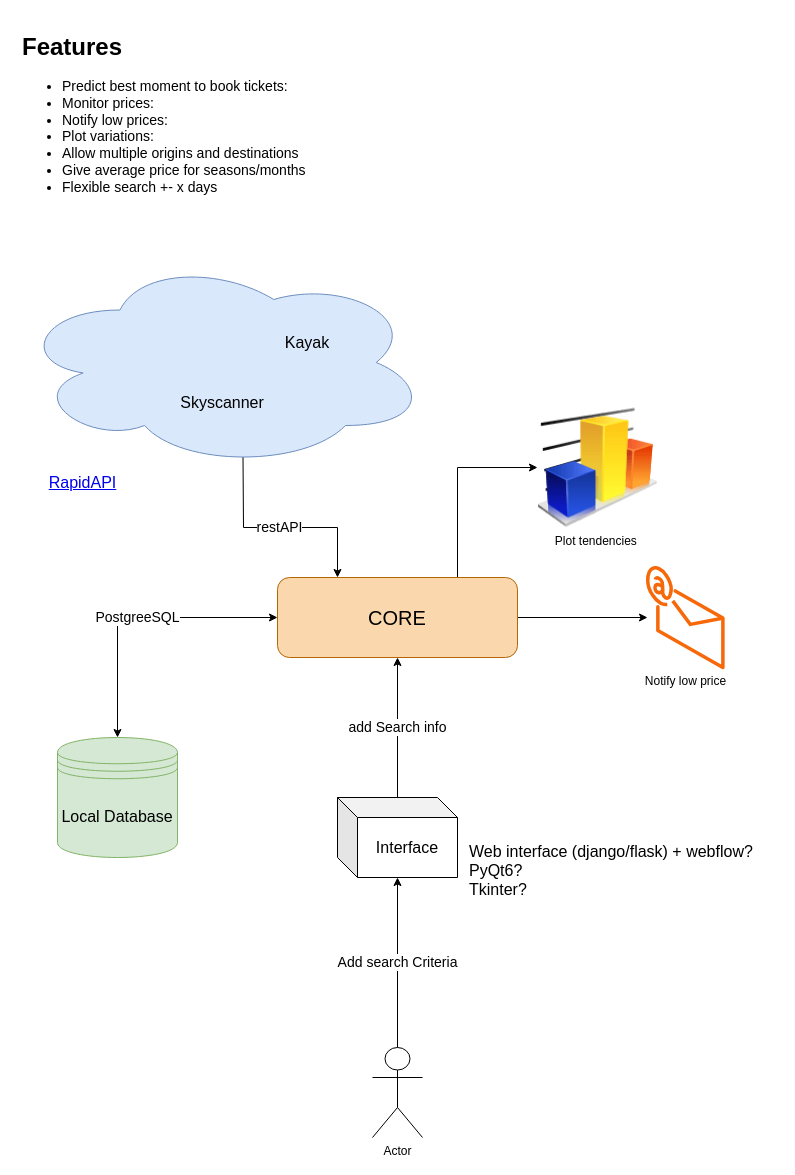
Above: Architecture/Core.drawio in mSimon12/flying_cheap (draw.io), before the change. Source tidied: cells renumbered, new cells numbered last; positions are measured from the earlier drawing's top-left corner, leaving out a move shared by most shapes. Both pictures are drawn from the tidied source at 100%, with x=0, y=0 at pixel (17, 27).
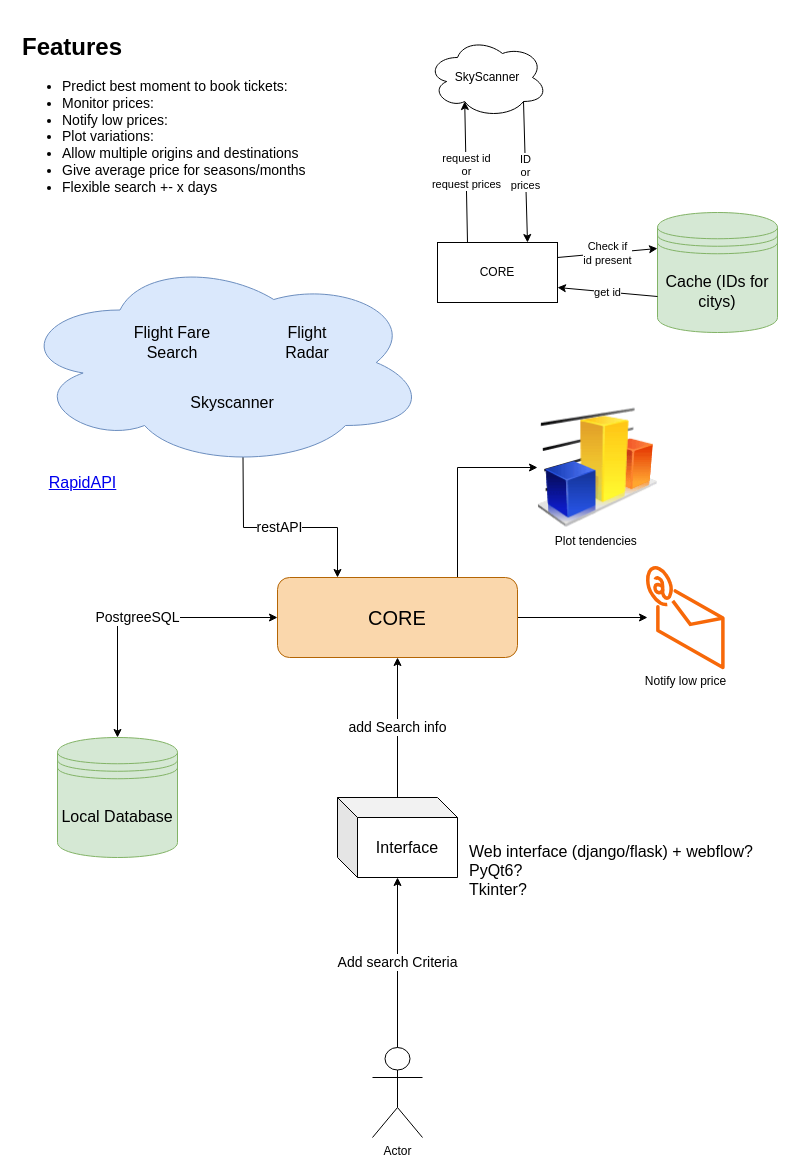
The same page after the edit.

Commit message:
skyscanner logic

Unchanged cells that the change refers to:
```xml
<mxCell id="14" style="group;" parent="1" vertex="1">
  <mxGeometry y="230" width="410" height="210" as="geometry" />
</mxCell>
```

Change to the diagram source:
```diff
@@
-    <mxCell id="16" value="Kayak" style="text;html=1;align=center;verticalAlign=middle;whiteSpace=wrap;rounded=0;fontSize=16;" parent="14" vertex="1">
+    <mxCell id="16" value="Flight Radar" style="text;html=1;align=center;verticalAlign=middle;whiteSpace=wrap;rounded=0;fontSize=16;" parent="14" vertex="1">
       <mxGeometry x="260" y="65" width="60" height="40" as="geometry" />
     </mxCell>
     <mxCell id="17" value="Skyscanner" style="text;html=1;align=center;verticalAlign=middle;whiteSpace=wrap;rounded=0;fontSize=16;" parent="14" vertex="1">
-      <mxGeometry x="160" y="130" width="90" height="30" as="geometry" />
+      <mxGeometry x="170" y="130" width="90" height="30" as="geometry" />
     </mxCell>
+    <mxCell id="21" value="Flight Fare Search" style="text;html=1;align=center;verticalAlign=middle;whiteSpace=wrap;rounded=0;fontSize=16;" parent="14" vertex="1">
+      <mxGeometry x="110" y="65" width="90" height="40" as="geometry" />
+    </mxCell>
@@
+    <mxCell id="22" value="SkyScanner" style="ellipse;shape=cloud;whiteSpace=wrap;html=1;" parent="1" vertex="1">
+      <mxGeometry x="410" y="10" width="120" height="80" as="geometry" />
+    </mxCell>
+    <mxCell id="23" value="CORE" style="rounded=0;whiteSpace=wrap;html=1;" parent="1" vertex="1">
+      <mxGeometry x="420" y="215" width="120" height="60" as="geometry" />
+    </mxCell>
+    <mxCell id="24" value="Cache (IDs for citys)" style="shape=datastore;whiteSpace=wrap;html=1;fillColor=#d5e8d4;strokeColor=#82b366;fontSize=16;" parent="1" vertex="1">
+      <mxGeometry x="640" y="185" width="120" height="120" as="geometry" />
+    </mxCell>
+    <mxCell id="25" value="Check if&lt;br&gt;id present" style="endArrow=classic;html=1;rounded=0;entryX=0;entryY=0.3;entryDx=0;entryDy=0;exitX=1;exitY=0.25;exitDx=0;exitDy=0;" parent="1" edge="1" source="23" target="24">
+      <mxGeometry relative="1" as="geometry" />
+    </mxCell>
+    <mxCell id="26" value="get id" style="endArrow=classic;html=1;rounded=0;entryX=1;entryY=0.75;entryDx=0;entryDy=0;exitX=0;exitY=0.7;exitDx=0;exitDy=0;" parent="1" edge="1" source="24" target="23">
+      <mxGeometry relative="1" as="geometry" />
+    </mxCell>
+    <mxCell id="27" value="request id&lt;br&gt;or&lt;br&gt;request prices" style="endArrow=classic;html=1;rounded=0;entryX=0.31;entryY=0.8;entryDx=0;entryDy=0;exitX=0.25;exitY=0;exitDx=0;exitDy=0;entryPerimeter=0;" parent="1" edge="1" source="23" target="22">
+      <mxGeometry relative="1" as="geometry" />
+    </mxCell>
+    <mxCell id="28" value="ID&lt;br&gt;or&lt;br&gt;prices" style="endArrow=classic;html=1;rounded=0;entryX=0.75;entryY=0;entryDx=0;entryDy=0;exitX=0.8;exitY=0.8;exitDx=0;exitDy=0;exitPerimeter=0;" parent="1" edge="1" source="22" target="23">
+      <mxGeometry relative="1" as="geometry" />
+    </mxCell>
```
